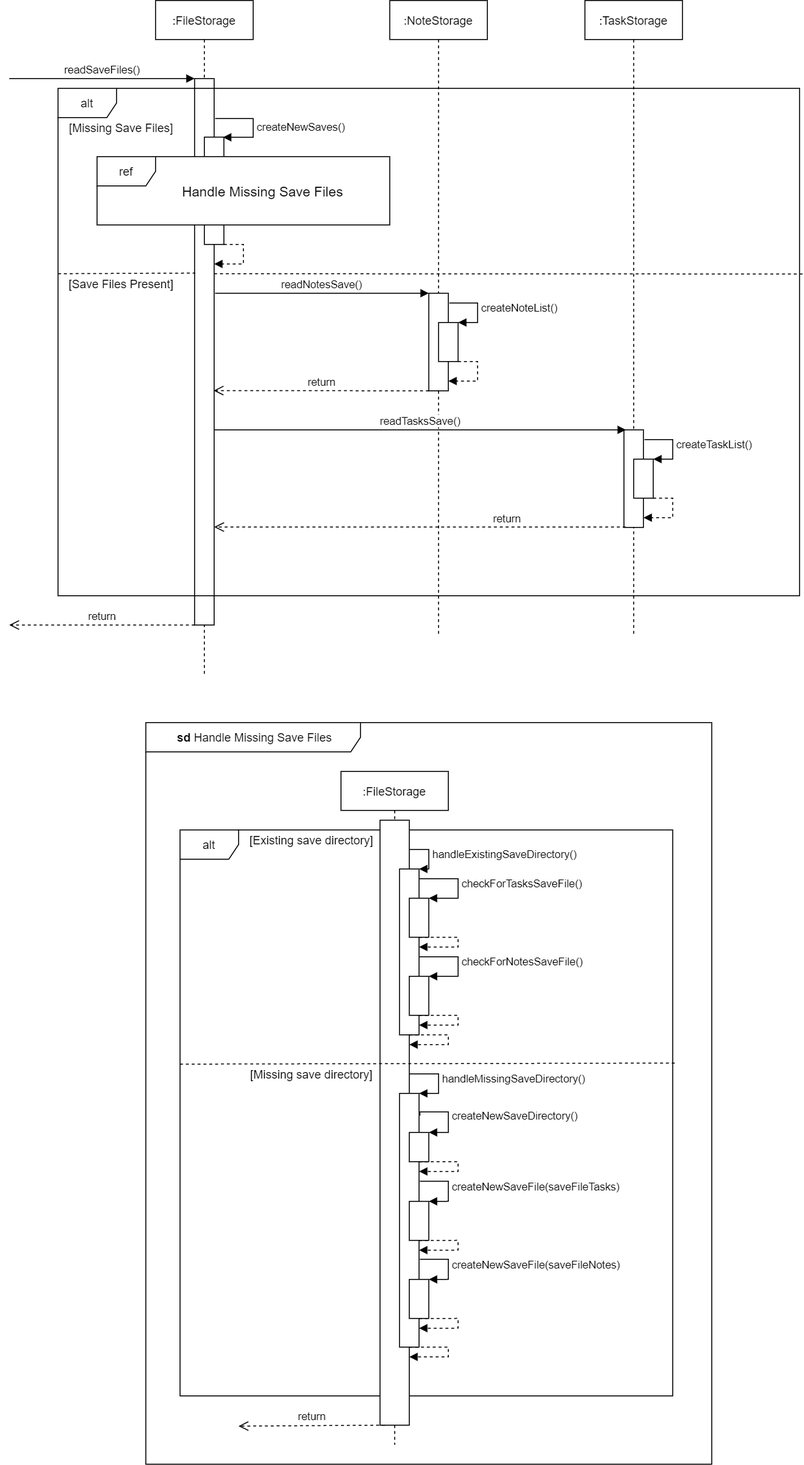
This is docs/images/DeveloperGuide/Figure 4.8-2.png from skyaxe97/tp, a draw.io export, as it was before one commit. Source tidied: cells renumbered, new cells last; positions are measured from the earlier drawing's top-left corner, leaving out a move shared by most shapes.
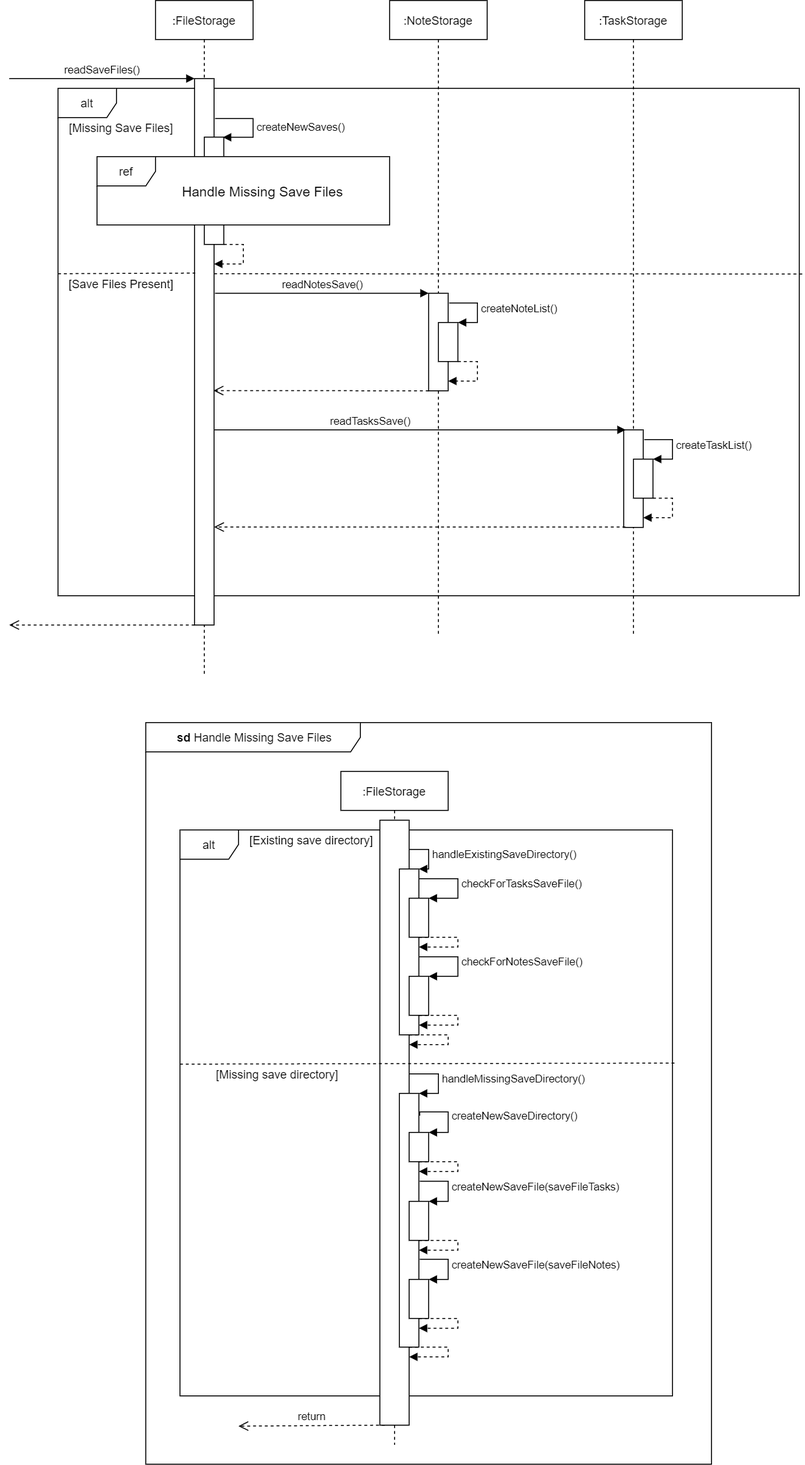
Later version of the same file.

Diff of the diagram source:
```diff
@@ -2,6 +2,9 @@
   <root>
     <mxCell id="0" />
     <mxCell id="1" parent="0" />
+    <mxCell id="60" value="&lt;span style=&quot;background-color: rgb(255 , 255 , 255)&quot;&gt;alt&lt;/span&gt;" style="shape=umlFrame;whiteSpace=wrap;html=1;fillColor=#FFFFFF;" parent="1" vertex="1">
+      <mxGeometry x="50" y="90" width="760" height="520" as="geometry" />
+    </mxCell>
     <mxCell id="2" value="alt" style="shape=umlFrame;whiteSpace=wrap;html=1;fillColor=#FFFFFF;swimlaneFillColor=none;" parent="1" vertex="1">
       <mxGeometry x="175" y="850" width="505" height="580" as="geometry" />
     </mxCell>
@@ -22,8 +25,8 @@
         <mxPoint x="50" y="280" as="sourcePoint" />
       </mxGeometry>
     </mxCell>
-    <mxCell id="7" value="return" style="html=1;verticalAlign=bottom;endArrow=open;dashed=1;endSize=8;" parent="1" edge="1">
-      <mxGeometry relative="1" as="geometry">
+    <mxCell id="7" style="html=1;verticalAlign=bottom;endArrow=open;dashed=1;endSize=8;" parent="1" edge="1">
+      <mxGeometry x="-0.05" y="-10" relative="1" as="geometry">
         <mxPoint x="190" y="640" as="sourcePoint" />
         <mxPoint y="640" as="targetPoint" />
       </mxGeometry>
@@ -163,8 +166,8 @@
         <mxPoint x="430" y="300" as="targetPoint" />
       </mxGeometry>
     </mxCell>
-    <mxCell id="33" value="return" style="html=1;verticalAlign=bottom;endArrow=open;dashed=1;endSize=8;entryX=0.971;entryY=0.571;entryDx=0;entryDy=0;entryPerimeter=0;" parent="1" edge="1" target="4">
-      <mxGeometry relative="1" as="geometry">
+    <mxCell id="33" style="html=1;verticalAlign=bottom;endArrow=open;dashed=1;endSize=8;entryX=0.971;entryY=0.571;entryDx=0;entryDy=0;entryPerimeter=0;" parent="1" edge="1" target="4">
+      <mxGeometry y="-10" relative="1" as="geometry">
         <mxPoint x="430" y="400" as="sourcePoint" />
       </mxGeometry>
     </mxCell>
@@ -181,12 +184,12 @@
       <mxGeometry x="40" y="440" width="20" height="100" as="geometry" />
     </mxCell>
     <mxCell id="37" value="readTasksSave()" style="html=1;verticalAlign=bottom;endArrow=block;" parent="1" edge="1" source="4">
-      <mxGeometry relative="1" as="geometry">
+      <mxGeometry x="-0.24" relative="1" as="geometry">
         <mxPoint x="632" y="440" as="targetPoint" />
       </mxGeometry>
     </mxCell>
-    <mxCell id="38" value="return" style="html=1;verticalAlign=bottom;endArrow=open;dashed=1;endSize=8;exitX=0.086;exitY=0.996;exitDx=0;exitDy=0;exitPerimeter=0;" parent="1" edge="1" source="36" target="4">
-      <mxGeometry x="-0.42" relative="1" as="geometry" />
+    <mxCell id="38" style="html=1;verticalAlign=bottom;endArrow=open;dashed=1;endSize=8;exitX=0.086;exitY=0.996;exitDx=0;exitDy=0;exitPerimeter=0;" parent="1" edge="1" source="36" target="4">
+      <mxGeometry x="-0.42" y="-10" relative="1" as="geometry" />
     </mxCell>
     <mxCell id="39" style="html=1;points=[];perimeter=orthogonalPerimeter;fillColor=#FFFFFF;" parent="1" vertex="1">
       <mxGeometry x="440" y="330" width="20" height="40" as="geometry" />
@@ -235,7 +238,7 @@
       </mxGeometry>
     </mxCell>
     <mxCell id="45" value="[Missing save directory]" style="text;html=1;strokeColor=none;fillColor=none;align=center;verticalAlign=middle;whiteSpace=wrap;rounded=0;" parent="1" vertex="1">
-      <mxGeometry x="225" y="1090" width="170" height="20" as="geometry" />
+      <mxGeometry x="190" y="1090" width="170" height="20" as="geometry" />
     </mxCell>
     <mxCell id="46" style="html=1;points=[];perimeter=orthogonalPerimeter;" parent="1" vertex="1">
       <mxGeometry x="400" y="1120" width="20" height="260" as="geometry" />
@@ -338,8 +341,5 @@
         <mxPoint x="210" y="280" as="sourcePoint" />
       </mxGeometry>
     </mxCell>
-    <mxCell id="60" value="&lt;span style=&quot;background-color: rgb(255 , 255 , 255)&quot;&gt;alt&lt;/span&gt;" style="shape=umlFrame;whiteSpace=wrap;html=1;fillColor=#FFFFFF;" parent="1" vertex="1">
-      <mxGeometry x="50" y="90" width="760" height="520" as="geometry" />
-    </mxCell>
   </root>
 </mxGraphModel>
```
